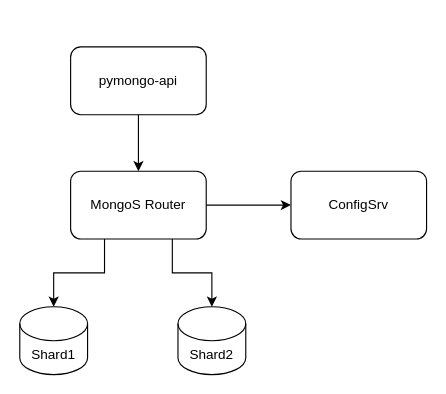
Above: page "01 Add_Sharding" (2 of 6) of ArchitectSchema.drawio in dftyni/architecture-mesto (draw.io), before the change. Source tidied: cells renumbered, new cells numbered last; positions are measured from the earlier drawing's top-left corner, leaving out a move shared by most shapes. Both pictures are drawn from the tidied source at 113%, with x=0, y=0 at pixel (19, 46).
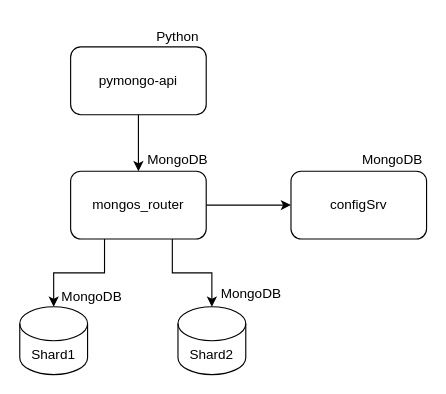
After the change.

Change to the diagram source:
```diff
@@
 <mxGraphModel>
   <root>
     <mxCell id="0" />
     <mxCell id="1" parent="0" />
     <mxCell id="2" value="Shard2" style="shape=cylinder3;whiteSpace=wrap;html=1;boundedLbl=1;backgroundOutline=1;size=15;" parent="1" vertex="1">
       <mxGeometry x="140" y="230" width="60" height="60" as="geometry" />
     </mxCell>
     <mxCell id="3" value="pymongo-api" style="rounded=1;whiteSpace=wrap;html=1;" parent="1" vertex="1">
       <mxGeometry x="45" width="120" height="60" as="geometry" />
     </mxCell>
     <mxCell id="4" style="edgeStyle=orthogonalEdgeStyle;rounded=0;jettySize=auto;html=1;exitX=0.5;exitY=1;exitDx=0;exitDy=0;" parent="1" edge="1" source="3" target="6">
       <mxGeometry relative="1" as="geometry" />
     </mxCell>
-    <mxCell id="5" value="ConfigSrv" style="rounded=1;whiteSpace=wrap;html=1;" parent="1" vertex="1">
+    <mxCell id="5" value="configSrv" style="rounded=1;whiteSpace=wrap;html=1;" parent="1" vertex="1">
       <mxGeometry x="240" y="110" width="120" height="60" as="geometry" />
     </mxCell>
-    <mxCell id="6" value="MongoS Router" style="rounded=1;whiteSpace=wrap;html=1;" parent="1" vertex="1">
+    <mxCell id="6" value="mongos_router" style="rounded=1;whiteSpace=wrap;html=1;" parent="1" vertex="1">
       <mxGeometry x="45" y="110" width="120" height="60" as="geometry" />
     </mxCell>
     <mxCell id="7" style="edgeStyle=orthogonalEdgeStyle;rounded=0;jettySize=auto;html=1;exitX=0.25;exitY=1;exitDx=0;exitDy=0;entryX=0.5;entryY=0;entryDx=0;entryDy=0;entryPerimeter=0;" parent="1" edge="1" source="6" target="10">
       <mxGeometry relative="1" as="geometry" />
     </mxCell>
     <mxCell id="8" style="edgeStyle=orthogonalEdgeStyle;rounded=0;jettySize=auto;html=1;exitX=0.75;exitY=1;exitDx=0;exitDy=0;entryX=0.5;entryY=0;entryDx=0;entryDy=0;entryPerimeter=0;" parent="1" edge="1" source="6" target="2">
       <mxGeometry relative="1" as="geometry" />
     </mxCell>
     <mxCell id="9" style="edgeStyle=orthogonalEdgeStyle;rounded=0;jettySize=auto;html=1;exitX=1;exitY=0.5;exitDx=0;exitDy=0;entryX=0;entryY=0.5;entryDx=0;entryDy=0;" parent="1" edge="1" source="6" target="5">
       <mxGeometry relative="1" as="geometry" />
     </mxCell>
     <mxCell id="10" value="Shard1" style="shape=cylinder3;whiteSpace=wrap;html=1;boundedLbl=1;backgroundOutline=1;size=15;" parent="1" vertex="1">
       <mxGeometry y="230" width="60" height="60" as="geometry" />
     </mxCell>
+    <mxCell id="11" value="MongoDB" style="text;html=1;align=center;verticalAlign=middle;whiteSpace=wrap;rounded=0;" parent="1" vertex="1">
+      <mxGeometry x="34" y="206" width="60" height="30" as="geometry" />
+    </mxCell>
+    <mxCell id="12" value="MongoDB" style="text;html=1;align=center;verticalAlign=middle;whiteSpace=wrap;rounded=0;" parent="1" vertex="1">
+      <mxGeometry x="175" y="204" width="60" height="30" as="geometry" />
+    </mxCell>
+    <mxCell id="13" value="MongoDB" style="text;html=1;align=center;verticalAlign=middle;whiteSpace=wrap;rounded=0;" parent="1" vertex="1">
+      <mxGeometry x="110" y="85" width="60" height="30" as="geometry" />
+    </mxCell>
+    <mxCell id="14" value="MongoDB" style="text;html=1;align=center;verticalAlign=middle;whiteSpace=wrap;rounded=0;" parent="1" vertex="1">
+      <mxGeometry x="300" y="85" width="60" height="30" as="geometry" />
+    </mxCell>
+    <mxCell id="15" value="Python" style="text;html=1;align=center;verticalAlign=middle;whiteSpace=wrap;rounded=0;" parent="1" vertex="1">
+      <mxGeometry x="110" y="-24" width="60" height="30" as="geometry" />
+    </mxCell>
   </root>
 </mxGraphModel>
```
